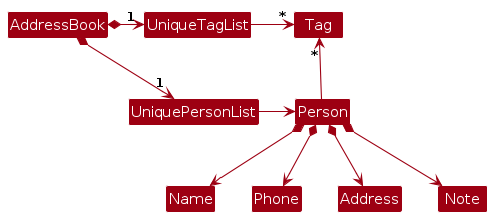
AY2526S1-CS2103-F13-4/tp keeps this PlantUML diagram as diagrams/BetterModelClassDiagram.png. Above is the earlier version. Its source is kept beside it as diagrams/BetterModelClassDiagram.puml. Its diagram source:
```plantuml
@startuml
!include style.puml
skinparam arrowThickness 1.1
skinparam arrowColor MODEL_COLOR
skinparam classBackgroundColor MODEL_COLOR

AddressBook *-right-> "1" UniquePersonList
AddressBook *-right-> "1" UniqueTagList
UniqueTagList -[hidden]down- UniquePersonList
UniqueTagList -[hidden]down- UniquePersonList

UniqueTagList -right-> "*" Tag
UniquePersonList -right-> Person

Person -up-> "*" Tag

Person *--> Name
Person *--> Phone
Person *--> Address
Person *--> Note
@enduml
```
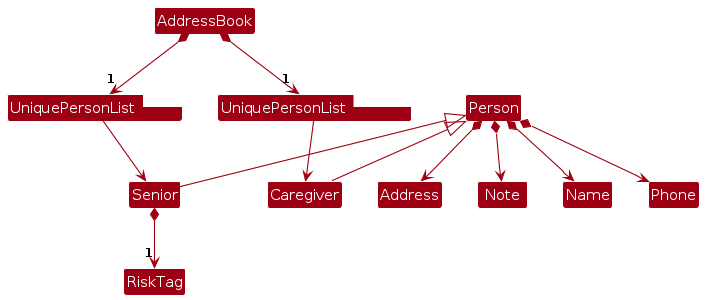
Above is the later version.

The edit, as a diff of the source:
```diff
@@ -4,15 +4,18 @@
 skinparam arrowColor MODEL_COLOR
 skinparam classBackgroundColor MODEL_COLOR
 
-AddressBook *-right-> "1" UniquePersonList
-AddressBook *-right-> "1" UniqueTagList
-UniqueTagList -[hidden]down- UniquePersonList
-UniqueTagList -[hidden]down- UniquePersonList
+Class "UniquePersonList<Senior>" as UniquePersonListSenior
+Class "UniquePersonList<Caregiver>" as UniquePersonListCaregiver
 
-UniqueTagList -right-> "*" Tag
-UniquePersonList -right-> Person
+AddressBook *-down-> "1" UniquePersonListCaregiver
+AddressBook *-down-> "1" UniquePersonListSenior
 
-Person -up-> "*" Tag
+UniquePersonListCaregiver -down-> Caregiver
+UniquePersonListSenior -down-> Senior
+
+Senior -up-|> Person
+Caregiver -up-|> Person
+Senior *--> "1" RiskTag
 
 Person *--> Name
 Person *--> Phone
```
